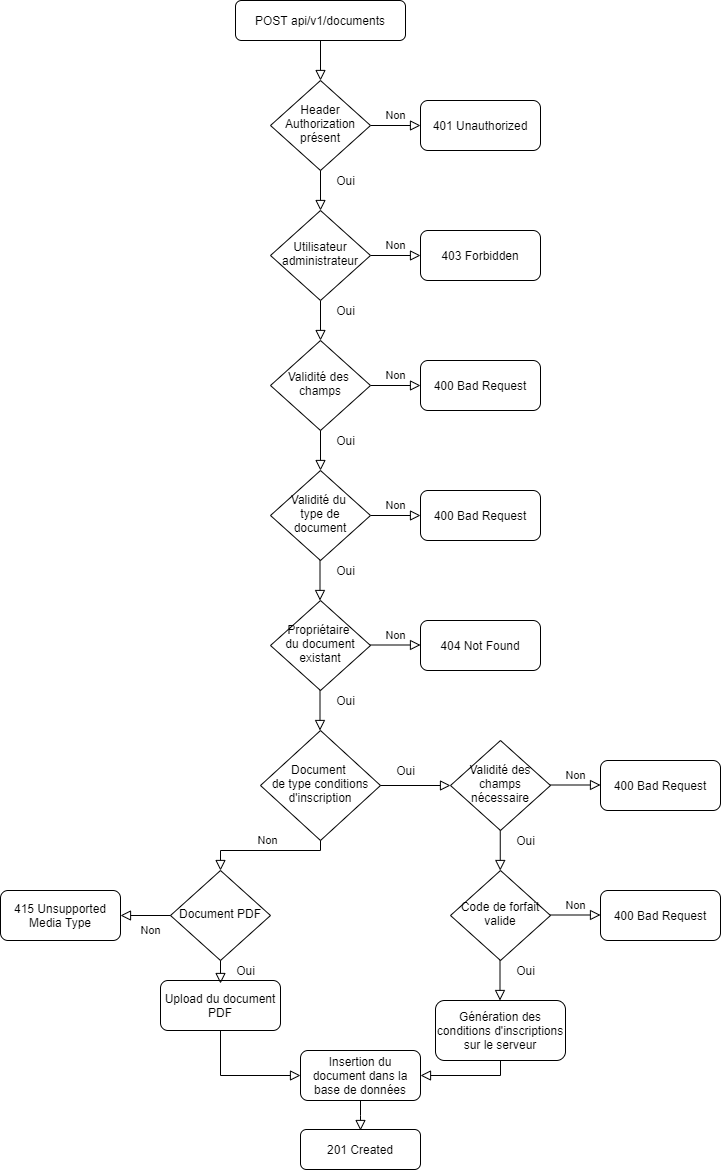
Earlier version of the draw.io export documentation/diagram/drawio/flowchartCreateDocument.png (jonathanboreljaquet/bj-travail-diplome-2021). Source tidied: cells renumbered, new cells last; positions are measured from the earlier drawing's top-left corner, leaving out a move shared by most shapes. The source it was exported from:
```xml
<mxGraphModel>
  <root>
    <mxCell id="0" />
    <mxCell id="1" parent="0" />
    <mxCell id="2" style="rounded=0;html=1;jettySize=auto;fontSize=11;endArrow=block;endFill=0;endSize=8;strokeWidth=1;shadow=0;labelBackgroundColor=none;edgeStyle=orthogonalEdgeStyle;" parent="1" edge="1" target="5">
      <mxGeometry relative="1" as="geometry">
        <mxPoint x="320" y="300" as="sourcePoint" />
      </mxGeometry>
    </mxCell>
    <mxCell id="3" value="POST api/v1/documents" style="rounded=1;whiteSpace=wrap;html=1;fontSize=12;glass=0;strokeWidth=1;shadow=0;" parent="1" vertex="1">
      <mxGeometry x="235" width="170" height="40" as="geometry" />
    </mxCell>
    <mxCell id="4" value="Non" style="edgeStyle=orthogonalEdgeStyle;rounded=0;html=1;jettySize=auto;fontSize=11;endArrow=block;endFill=0;endSize=8;strokeWidth=1;shadow=0;labelBackgroundColor=none;" parent="1" edge="1" source="5" target="6">
      <mxGeometry y="10" relative="1" as="geometry" />
    </mxCell>
    <mxCell id="5" value="Validité des &lt;br&gt;champs" style="rhombus;whiteSpace=wrap;html=1;shadow=0;fontFamily=Helvetica;fontSize=12;align=center;strokeWidth=1;spacing=6;spacingTop=-4;" parent="1" vertex="1">
      <mxGeometry x="270" y="340" width="100" height="90" as="geometry" />
    </mxCell>
    <mxCell id="6" value="400 Bad Request" style="rounded=1;whiteSpace=wrap;html=1;fontSize=12;glass=0;strokeWidth=1;shadow=0;" parent="1" vertex="1">
      <mxGeometry x="420" y="360" width="120" height="50" as="geometry" />
    </mxCell>
    <mxCell id="7" style="rounded=0;html=1;jettySize=auto;fontSize=11;endArrow=block;endFill=0;endSize=8;strokeWidth=1;shadow=0;labelBackgroundColor=none;edgeStyle=orthogonalEdgeStyle;" parent="1" edge="1" target="9">
      <mxGeometry relative="1" as="geometry">
        <mxPoint x="320" y="40" as="sourcePoint" />
      </mxGeometry>
    </mxCell>
    <mxCell id="8" value="Non" style="edgeStyle=orthogonalEdgeStyle;rounded=0;html=1;jettySize=auto;fontSize=11;endArrow=block;endFill=0;endSize=8;strokeWidth=1;shadow=0;labelBackgroundColor=none;" parent="1" edge="1" source="9" target="10">
      <mxGeometry y="10" relative="1" as="geometry" />
    </mxCell>
    <mxCell id="9" value="Header&lt;br&gt;Authorization&lt;br&gt;présent" style="rhombus;whiteSpace=wrap;html=1;shadow=0;fontFamily=Helvetica;fontSize=12;align=center;strokeWidth=1;spacing=6;spacingTop=-4;" parent="1" vertex="1">
      <mxGeometry x="270" y="80" width="100" height="90" as="geometry" />
    </mxCell>
    <mxCell id="10" value="401 Unauthorized" style="rounded=1;whiteSpace=wrap;html=1;fontSize=12;glass=0;strokeWidth=1;shadow=0;" parent="1" vertex="1">
      <mxGeometry x="420" y="100" width="120" height="50" as="geometry" />
    </mxCell>
    <mxCell id="11" style="rounded=0;html=1;jettySize=auto;fontSize=11;endArrow=block;endFill=0;endSize=8;strokeWidth=1;shadow=0;labelBackgroundColor=none;edgeStyle=orthogonalEdgeStyle;" parent="1" edge="1" target="13">
      <mxGeometry relative="1" as="geometry">
        <mxPoint x="320" y="170" as="sourcePoint" />
      </mxGeometry>
    </mxCell>
    <mxCell id="12" value="Non" style="edgeStyle=orthogonalEdgeStyle;rounded=0;html=1;jettySize=auto;fontSize=11;endArrow=block;endFill=0;endSize=8;strokeWidth=1;shadow=0;labelBackgroundColor=none;" parent="1" edge="1" source="13" target="14">
      <mxGeometry y="10" relative="1" as="geometry" />
    </mxCell>
    <mxCell id="13" value="Utilisateur&lt;br&gt;administrateur" style="rhombus;whiteSpace=wrap;html=1;shadow=0;fontFamily=Helvetica;fontSize=12;align=center;strokeWidth=1;spacing=6;spacingTop=-4;" parent="1" vertex="1">
      <mxGeometry x="270" y="210" width="100" height="90" as="geometry" />
    </mxCell>
    <mxCell id="14" value="403 Forbidden" style="rounded=1;whiteSpace=wrap;html=1;fontSize=12;glass=0;strokeWidth=1;shadow=0;" parent="1" vertex="1">
      <mxGeometry x="420" y="230" width="120" height="50" as="geometry" />
    </mxCell>
    <mxCell id="15" style="rounded=0;html=1;jettySize=auto;fontSize=11;endArrow=block;endFill=0;endSize=8;strokeWidth=1;shadow=0;labelBackgroundColor=none;edgeStyle=orthogonalEdgeStyle;" parent="1" edge="1" target="17">
      <mxGeometry relative="1" as="geometry">
        <mxPoint x="320" y="430" as="sourcePoint" />
      </mxGeometry>
    </mxCell>
    <mxCell id="16" value="Non" style="edgeStyle=orthogonalEdgeStyle;rounded=0;html=1;jettySize=auto;fontSize=11;endArrow=block;endFill=0;endSize=8;strokeWidth=1;shadow=0;labelBackgroundColor=none;" parent="1" edge="1" source="17" target="18">
      <mxGeometry y="10" relative="1" as="geometry" />
    </mxCell>
    <mxCell id="17" value="Validité du &lt;br&gt;type de document" style="rhombus;whiteSpace=wrap;html=1;shadow=0;fontFamily=Helvetica;fontSize=12;align=center;strokeWidth=1;spacing=6;spacingTop=-4;" parent="1" vertex="1">
      <mxGeometry x="270" y="470" width="100" height="90" as="geometry" />
    </mxCell>
    <mxCell id="18" value="400 Bad Request" style="rounded=1;whiteSpace=wrap;html=1;fontSize=12;glass=0;strokeWidth=1;shadow=0;" parent="1" vertex="1">
      <mxGeometry x="420" y="490" width="120" height="50" as="geometry" />
    </mxCell>
    <mxCell id="19" value="Propriétaire &lt;br&gt;du document existant" style="rhombus;whiteSpace=wrap;html=1;shadow=0;fontFamily=Helvetica;fontSize=12;align=center;strokeWidth=1;spacing=6;spacingTop=-4;" parent="1" vertex="1">
      <mxGeometry x="270" y="600" width="100" height="90" as="geometry" />
    </mxCell>
    <mxCell id="20" value="Oui" style="text;html=1;align=center;verticalAlign=middle;strokeColor=none;" parent="1" vertex="1">
      <mxGeometry x="330" y="170" width="30" height="20" as="geometry" />
    </mxCell>
    <mxCell id="21" value="Oui" style="text;html=1;align=center;verticalAlign=middle;strokeColor=none;" parent="1" vertex="1">
      <mxGeometry x="330" y="300" width="30" height="20" as="geometry" />
    </mxCell>
    <mxCell id="22" value="Oui" style="text;html=1;align=center;verticalAlign=middle;strokeColor=none;" parent="1" vertex="1">
      <mxGeometry x="330" y="430" width="30" height="20" as="geometry" />
    </mxCell>
    <mxCell id="23" value="Oui" style="text;html=1;align=center;verticalAlign=middle;strokeColor=none;" parent="1" vertex="1">
      <mxGeometry x="330" y="560" width="30" height="20" as="geometry" />
    </mxCell>
    <mxCell id="24" style="rounded=0;html=1;jettySize=auto;orthogonalLoop=1;fontSize=11;endArrow=block;endFill=0;endSize=8;strokeWidth=1;shadow=0;labelBackgroundColor=none;edgeStyle=orthogonalEdgeStyle;" parent="1" edge="1">
      <mxGeometry relative="1" as="geometry">
        <mxPoint x="319.5" y="560" as="sourcePoint" />
        <mxPoint x="319.5" y="600" as="targetPoint" />
      </mxGeometry>
    </mxCell>
    <mxCell id="25" value="Non" style="edgeStyle=orthogonalEdgeStyle;rounded=0;html=1;jettySize=auto;orthogonalLoop=1;fontSize=11;endArrow=block;endFill=0;endSize=8;strokeWidth=1;shadow=0;labelBackgroundColor=none;" parent="1" edge="1">
      <mxGeometry y="10" relative="1" as="geometry">
        <mxPoint x="370" y="644.5" as="sourcePoint" />
        <mxPoint x="420" y="644.5" as="targetPoint" />
      </mxGeometry>
    </mxCell>
    <mxCell id="26" value="404 Not Found" style="rounded=1;whiteSpace=wrap;html=1;fontSize=12;glass=0;strokeWidth=1;shadow=0;" parent="1" vertex="1">
      <mxGeometry x="420" y="620" width="120" height="50" as="geometry" />
    </mxCell>
    <mxCell id="27" value="Oui" style="text;html=1;align=center;verticalAlign=middle;strokeColor=none;" parent="1" vertex="1">
      <mxGeometry x="330" y="690" width="30" height="20" as="geometry" />
    </mxCell>
    <mxCell id="28" value="Document &lt;br&gt;de type conditions d'inscription" style="rhombus;whiteSpace=wrap;html=1;shadow=0;fontFamily=Helvetica;fontSize=12;align=center;strokeWidth=1;spacing=6;spacingTop=-4;" parent="1" vertex="1">
      <mxGeometry x="260" y="730" width="120" height="110" as="geometry" />
    </mxCell>
    <mxCell id="29" style="rounded=0;html=1;jettySize=auto;orthogonalLoop=1;fontSize=11;endArrow=block;endFill=0;endSize=8;strokeWidth=1;shadow=0;labelBackgroundColor=none;edgeStyle=orthogonalEdgeStyle;" parent="1" edge="1">
      <mxGeometry relative="1" as="geometry">
        <mxPoint x="319.5" y="690" as="sourcePoint" />
        <mxPoint x="319.5" y="730" as="targetPoint" />
      </mxGeometry>
    </mxCell>
    <mxCell id="30" style="rounded=0;html=1;jettySize=auto;fontSize=11;endArrow=block;endFill=0;endSize=8;strokeWidth=1;shadow=0;labelBackgroundColor=none;edgeStyle=orthogonalEdgeStyle;exitX=1;exitY=0.5;exitDx=0;exitDy=0;" parent="1" edge="1" source="28">
      <mxGeometry relative="1" as="geometry">
        <mxPoint x="450" y="785" as="targetPoint" />
      </mxGeometry>
    </mxCell>
    <mxCell id="31" value="Oui" style="text;html=1;align=center;verticalAlign=middle;strokeColor=none;" parent="1" vertex="1">
      <mxGeometry x="390" y="760" width="30" height="20" as="geometry" />
    </mxCell>
    <mxCell id="32" value="Validité des champs nécessaire" style="rhombus;whiteSpace=wrap;html=1;shadow=0;fontFamily=Helvetica;fontSize=12;align=center;strokeWidth=1;spacing=6;spacingTop=-4;" parent="1" vertex="1">
      <mxGeometry x="450" y="740" width="100" height="90" as="geometry" />
    </mxCell>
    <mxCell id="33" value="Oui" style="text;html=1;align=center;verticalAlign=middle;strokeColor=none;" parent="1" vertex="1">
      <mxGeometry x="510" y="960" width="30" height="20" as="geometry" />
    </mxCell>
    <mxCell id="34" value="Non" style="edgeStyle=orthogonalEdgeStyle;rounded=0;html=1;jettySize=auto;orthogonalLoop=1;fontSize=11;endArrow=block;endFill=0;endSize=8;strokeWidth=1;shadow=0;labelBackgroundColor=none;" parent="1" edge="1">
      <mxGeometry y="10" relative="1" as="geometry">
        <mxPoint x="550" y="784.5" as="sourcePoint" />
        <mxPoint x="600" y="784.5" as="targetPoint" />
      </mxGeometry>
    </mxCell>
    <mxCell id="35" value="400 Bad Request" style="rounded=1;whiteSpace=wrap;html=1;fontSize=12;glass=0;strokeWidth=1;shadow=0;" parent="1" vertex="1">
      <mxGeometry x="600" y="760" width="120" height="50" as="geometry" />
    </mxCell>
    <mxCell id="36" value="Code de forfait valide" style="rhombus;whiteSpace=wrap;html=1;shadow=0;fontFamily=Helvetica;fontSize=12;align=center;strokeWidth=1;spacing=6;spacingTop=-4;" parent="1" vertex="1">
      <mxGeometry x="450" y="870" width="100" height="90" as="geometry" />
    </mxCell>
    <mxCell id="37" value="Oui" style="text;html=1;align=center;verticalAlign=middle;strokeColor=none;" parent="1" vertex="1">
      <mxGeometry x="510.2" y="830" width="30" height="20" as="geometry" />
    </mxCell>
    <mxCell id="38" style="rounded=0;html=1;jettySize=auto;orthogonalLoop=1;fontSize=11;endArrow=block;endFill=0;endSize=8;strokeWidth=1;shadow=0;labelBackgroundColor=none;edgeStyle=orthogonalEdgeStyle;" parent="1" edge="1">
      <mxGeometry relative="1" as="geometry">
        <mxPoint x="499.8" y="830" as="sourcePoint" />
        <mxPoint x="499.8" y="870" as="targetPoint" />
      </mxGeometry>
    </mxCell>
    <mxCell id="39" value="Non" style="edgeStyle=orthogonalEdgeStyle;rounded=0;html=1;jettySize=auto;orthogonalLoop=1;fontSize=11;endArrow=block;endFill=0;endSize=8;strokeWidth=1;shadow=0;labelBackgroundColor=none;" parent="1" edge="1">
      <mxGeometry y="10" relative="1" as="geometry">
        <mxPoint x="550" y="914.5" as="sourcePoint" />
        <mxPoint x="600" y="914.5" as="targetPoint" />
      </mxGeometry>
    </mxCell>
    <mxCell id="40" value="400 Bad Request" style="rounded=1;whiteSpace=wrap;html=1;fontSize=12;glass=0;strokeWidth=1;shadow=0;" parent="1" vertex="1">
      <mxGeometry x="600" y="890" width="120" height="50" as="geometry" />
    </mxCell>
    <mxCell id="41" style="rounded=0;html=1;jettySize=auto;orthogonalLoop=1;fontSize=11;endArrow=block;endFill=0;endSize=8;strokeWidth=1;shadow=0;labelBackgroundColor=none;edgeStyle=orthogonalEdgeStyle;" parent="1" edge="1">
      <mxGeometry relative="1" as="geometry">
        <mxPoint x="499.5" y="960" as="sourcePoint" />
        <mxPoint x="499.5" y="1000" as="targetPoint" />
      </mxGeometry>
    </mxCell>
    <mxCell id="42" value="Génération des conditions d'inscriptions sur le serveur" style="rounded=1;whiteSpace=wrap;html=1;fontSize=12;glass=0;strokeWidth=1;shadow=0;" parent="1" vertex="1">
      <mxGeometry x="435" y="1000" width="130" height="60" as="geometry" />
    </mxCell>
    <mxCell id="43" value="Insertion du document dans la base de données" style="rounded=1;whiteSpace=wrap;html=1;fontSize=12;glass=0;strokeWidth=1;shadow=0;" parent="1" vertex="1">
      <mxGeometry x="300" y="1050" width="120" height="50" as="geometry" />
    </mxCell>
    <mxCell id="44" style="edgeStyle=orthogonalEdgeStyle;rounded=0;html=1;jettySize=auto;fontSize=11;endArrow=block;endFill=0;endSize=8;strokeWidth=1;shadow=0;labelBackgroundColor=none;exitX=0.5;exitY=1;exitDx=0;exitDy=0;entryX=1;entryY=0.5;entryDx=0;entryDy=0;" parent="1" edge="1" source="42" target="43">
      <mxGeometry x="0.74" y="72" relative="1" as="geometry">
        <Array as="points">
          <mxPoint x="500" y="1075" />
        </Array>
        <mxPoint x="-7" y="-30" as="offset" />
      </mxGeometry>
    </mxCell>
    <mxCell id="45" value="Non" style="edgeStyle=orthogonalEdgeStyle;rounded=0;html=1;jettySize=auto;fontSize=11;endArrow=block;endFill=0;endSize=8;strokeWidth=1;shadow=0;labelBackgroundColor=none;exitX=0.5;exitY=1;exitDx=0;exitDy=0;entryX=0.5;entryY=0;entryDx=0;entryDy=0;" parent="1" edge="1" source="28" target="46">
      <mxGeometry x="-0.03" y="-10" relative="1" as="geometry">
        <Array as="points">
          <mxPoint x="320" y="850" />
          <mxPoint x="220" y="850" />
        </Array>
      </mxGeometry>
    </mxCell>
    <mxCell id="46" value="Document PDF" style="rhombus;whiteSpace=wrap;html=1;shadow=0;fontFamily=Helvetica;fontSize=12;align=center;strokeWidth=1;spacing=6;spacingTop=-4;" parent="1" vertex="1">
      <mxGeometry x="170" y="870" width="100" height="90" as="geometry" />
    </mxCell>
    <mxCell id="47" value="Non" style="edgeStyle=orthogonalEdgeStyle;rounded=0;html=1;jettySize=auto;fontSize=11;endArrow=block;endFill=0;endSize=8;strokeWidth=1;shadow=0;labelBackgroundColor=none;exitX=0;exitY=0.5;exitDx=0;exitDy=0;entryX=1;entryY=0.5;entryDx=0;entryDy=0;" parent="1" edge="1" source="46" target="48">
      <mxGeometry x="-0.2" y="15" relative="1" as="geometry" />
    </mxCell>
    <mxCell id="48" value="415 Unsupported Media Type" style="rounded=1;whiteSpace=wrap;html=1;fontSize=12;glass=0;strokeWidth=1;shadow=0;" parent="1" vertex="1">
      <mxGeometry y="890" width="120" height="50" as="geometry" />
    </mxCell>
    <mxCell id="49" value="Upload du document PDF" style="rounded=1;whiteSpace=wrap;html=1;fontSize=12;glass=0;strokeWidth=1;shadow=0;" parent="1" vertex="1">
      <mxGeometry x="160" y="980" width="120" height="50" as="geometry" />
    </mxCell>
    <mxCell id="50" value="Oui" style="text;html=1;align=center;verticalAlign=middle;strokeColor=none;" parent="1" vertex="1">
      <mxGeometry x="230" y="960" width="30" height="20" as="geometry" />
    </mxCell>
    <mxCell id="51" style="rounded=0;html=1;jettySize=auto;fontSize=11;endArrow=block;endFill=0;endSize=8;strokeWidth=1;shadow=0;labelBackgroundColor=none;edgeStyle=orthogonalEdgeStyle;exitX=0.5;exitY=1;exitDx=0;exitDy=0;" parent="1" edge="1" source="46">
      <mxGeometry relative="1" as="geometry">
        <mxPoint x="220" y="983" as="targetPoint" />
      </mxGeometry>
    </mxCell>
    <mxCell id="52" style="rounded=0;html=1;jettySize=auto;fontSize=11;endArrow=block;endFill=0;endSize=8;strokeWidth=1;shadow=0;labelBackgroundColor=none;edgeStyle=orthogonalEdgeStyle;exitX=0.5;exitY=1;exitDx=0;exitDy=0;entryX=0;entryY=0.5;entryDx=0;entryDy=0;" parent="1" edge="1" source="49" target="43">
      <mxGeometry relative="1" as="geometry">
        <Array as="points">
          <mxPoint x="220" y="1075" />
        </Array>
      </mxGeometry>
    </mxCell>
    <mxCell id="53" style="edgeStyle=orthogonalEdgeStyle;rounded=0;html=1;jettySize=auto;fontSize=11;endArrow=block;endFill=0;endSize=8;strokeWidth=1;shadow=0;labelBackgroundColor=none;exitX=0.5;exitY=1;exitDx=0;exitDy=0;" parent="1" edge="1" source="43">
      <mxGeometry x="0.74" y="72" relative="1" as="geometry">
        <mxPoint x="360" y="1130" as="targetPoint" />
        <Array as="points">
          <mxPoint x="360" y="1115" />
        </Array>
        <mxPoint x="-7" y="-30" as="offset" />
      </mxGeometry>
    </mxCell>
    <mxCell id="54" value="201 Created" style="rounded=1;whiteSpace=wrap;html=1;fontSize=12;glass=0;strokeWidth=1;shadow=0;" parent="1" vertex="1">
      <mxGeometry x="300" y="1129" width="120" height="40" as="geometry" />
    </mxCell>
  </root>
</mxGraphModel>
```
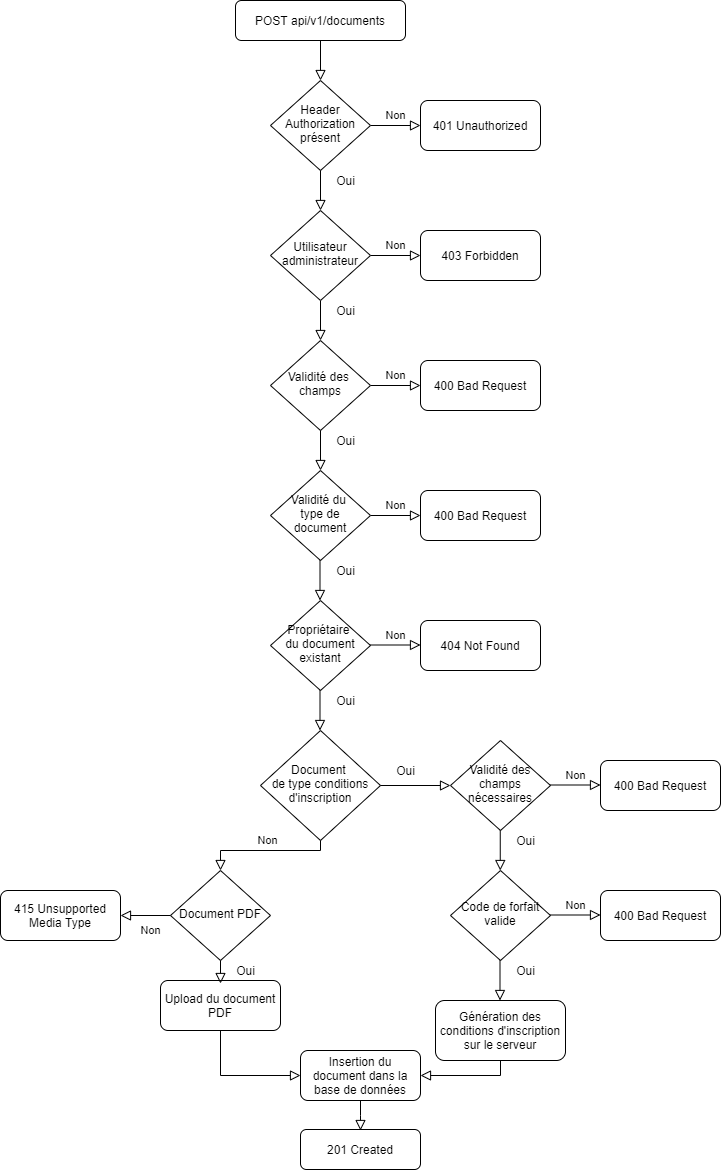
The same file after the commit.

What changed in the source:
```diff
@@ -111,7 +111,7 @@
     <mxCell id="31" value="Oui" style="text;html=1;align=center;verticalAlign=middle;strokeColor=none;" parent="1" vertex="1">
       <mxGeometry x="390" y="760" width="30" height="20" as="geometry" />
     </mxCell>
-    <mxCell id="32" value="Validité des champs nécessaire" style="rhombus;whiteSpace=wrap;html=1;shadow=0;fontFamily=Helvetica;fontSize=12;align=center;strokeWidth=1;spacing=6;spacingTop=-4;" parent="1" vertex="1">
+    <mxCell id="32" value="Validité des champs nécessaires" style="rhombus;whiteSpace=wrap;html=1;shadow=0;fontFamily=Helvetica;fontSize=12;align=center;strokeWidth=1;spacing=6;spacingTop=-4;" parent="1" vertex="1">
       <mxGeometry x="450" y="740" width="100" height="90" as="geometry" />
     </mxCell>
     <mxCell id="33" value="Oui" style="text;html=1;align=center;verticalAlign=middle;strokeColor=none;" parent="1" vertex="1">
@@ -153,7 +153,7 @@
         <mxPoint x="499.5" y="1000" as="targetPoint" />
       </mxGeometry>
     </mxCell>
-    <mxCell id="42" value="Génération des conditions d'inscriptions sur le serveur" style="rounded=1;whiteSpace=wrap;html=1;fontSize=12;glass=0;strokeWidth=1;shadow=0;" parent="1" vertex="1">
+    <mxCell id="42" value="Génération des conditions d'inscription sur le serveur" style="rounded=1;whiteSpace=wrap;html=1;fontSize=12;glass=0;strokeWidth=1;shadow=0;" parent="1" vertex="1">
       <mxGeometry x="435" y="1000" width="130" height="60" as="geometry" />
     </mxCell>
     <mxCell id="43" value="Insertion du document dans la base de données" style="rounded=1;whiteSpace=wrap;html=1;fontSize=12;glass=0;strokeWidth=1;shadow=0;" parent="1" vertex="1">
```
